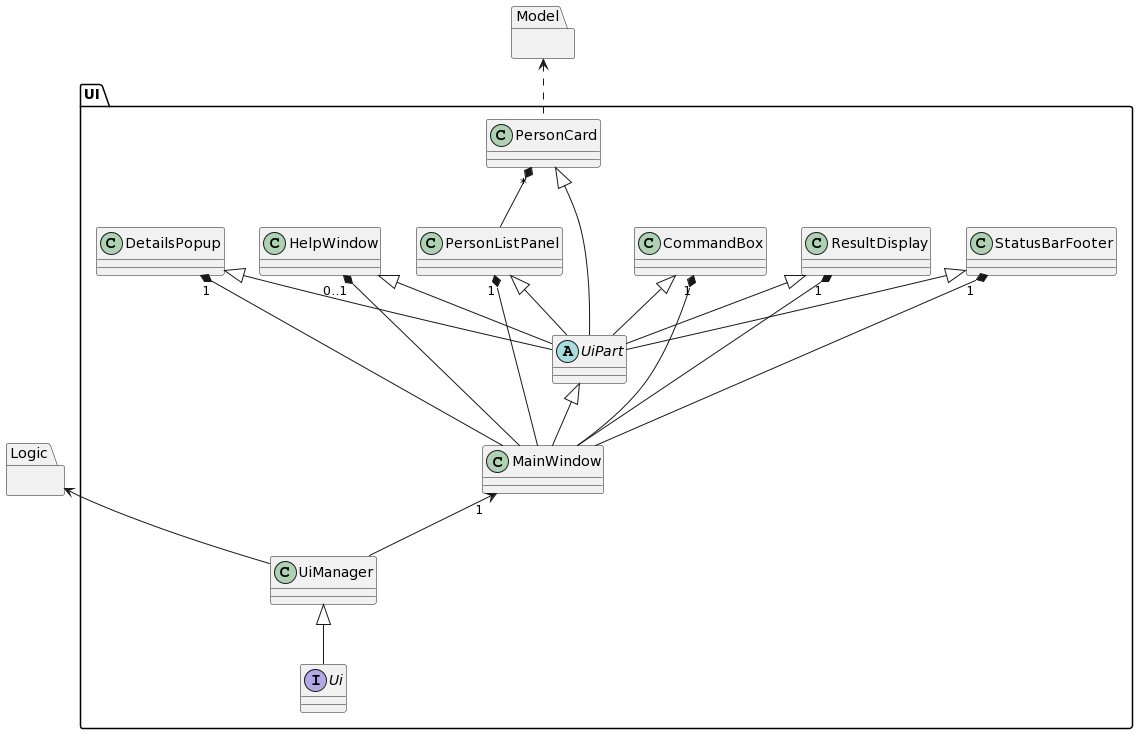
Before: docs/images/UiClassDiagram.png, a diagram exported from PlantUML (nus-cs2103-AY2223S2/tp). Its diagram source:
```plantuml
@startuml
package "UI" {
    interface Ui
    class UiManager
    class MainWindow
    class StatusBarFooter
    class ResultDisplay
    class CommandBox
    class HelpWindow
    class PersonListPanel
    class PersonCard
    class DetailsPopup
    abstract class UiPart
}
package "Logic" {}
package "Model" {}

UiManager <|-- Ui
MainWindow "1" <-- UiManager
UiPart <|-- MainWindow
StatusBarFooter "1" *-- MainWindow
ResultDisplay "1" *-- MainWindow
CommandBox "1" *-- MainWindow
DetailsPopup "1" *-- MainWindow
HelpWindow "0..1" *-- MainWindow
PersonListPanel "1" *-- MainWindow
PersonCard "*" *-- PersonListPanel
StatusBarFooter <|-- UiPart
ResultDisplay <|-- UiPart
CommandBox <|-- UiPart
DetailsPopup <|-- UiPart
HelpWindow <|-- UiPart
PersonListPanel <|-- UiPart
PersonCard <|-- UiPart
Logic <-- UiManager
Model <.. PersonCard
@enduml
```
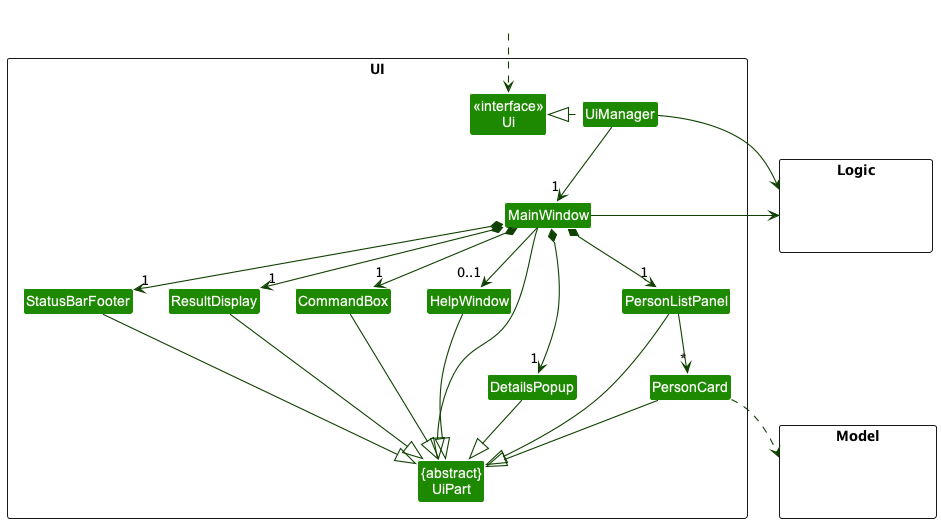
The same file after the commit.

The edit, as a diff of the source:
```diff
@@ -1,37 +1,62 @@
 @startuml
-package "UI" {
-    interface Ui
-    class UiManager
-    class MainWindow
-    class StatusBarFooter
-    class ResultDisplay
-    class CommandBox
-    class HelpWindow
-    class PersonListPanel
-    class PersonCard
-    class DetailsPopup
-    abstract class UiPart
+!include style.puml
+skinparam arrowThickness 1.1
+skinparam arrowColor UI_COLOR_T4
+skinparam classBackgroundColor UI_COLOR
+
+package UI <<Rectangle>>{
+Class "<<interface>>\nUi" as Ui
+Class "{abstract}\nUiPart" as UiPart
+Class UiManager
+Class MainWindow
+Class HelpWindow
+Class DetailsPopup
+Class ResultDisplay
+Class PersonListPanel
+Class PersonCard
+Class StatusBarFooter
+Class CommandBox
 }
-package "Logic" {}
-package "Model" {}
 
-UiManager <|-- Ui
-MainWindow "1" <-- UiManager
-UiPart <|-- MainWindow
-StatusBarFooter "1" *-- MainWindow
-ResultDisplay "1" *-- MainWindow
-CommandBox "1" *-- MainWindow
-DetailsPopup "1" *-- MainWindow
-HelpWindow "0..1" *-- MainWindow
-PersonListPanel "1" *-- MainWindow
-PersonCard "*" *-- PersonListPanel
-StatusBarFooter <|-- UiPart
-ResultDisplay <|-- UiPart
-CommandBox <|-- UiPart
-DetailsPopup <|-- UiPart
-HelpWindow <|-- UiPart
-PersonListPanel <|-- UiPart
-PersonCard <|-- UiPart
-Logic <-- UiManager
-Model <.. PersonCard
+package Model <<Rectangle>> {
+Class HiddenModel #FFFFFF
+}
+
+package Logic <<Rectangle>> {
+Class HiddenLogic #FFFFFF
+}
+
+Class HiddenOutside #FFFFFF
+HiddenOutside ..> Ui
+
+UiManager .left.|> Ui
+UiManager -down-> "1" MainWindow
+MainWindow *-down->  "1" CommandBox
+MainWindow *-down-> "1" ResultDisplay
+MainWindow *-down-> "1" PersonListPanel
+MainWindow *-down-> "1" StatusBarFooter
+MainWindow *-down-> "1" DetailsPopup
+MainWindow --> "0..1" HelpWindow
+
+PersonListPanel -down-> "*" PersonCard
+
+MainWindow --|> UiPart
+ResultDisplay --|> UiPart
+CommandBox --|> UiPart
+PersonListPanel --|> UiPart
+PersonCard --|> UiPart
+StatusBarFooter --|> UiPart
+HelpWindow --|> UiPart
+DetailsPopup --|> UiPart
+
+PersonCard ..> Model
+UiManager -right-> Logic
+MainWindow -left-> Logic
+
+PersonListPanel -[hidden]left- HelpWindow
+HelpWindow -[hidden]left- CommandBox
+CommandBox -[hidden]left- ResultDisplay
+ResultDisplay -[hidden]left- StatusBarFooter
+
+MainWindow -[hidden]-|> UiPart
 @enduml
```
